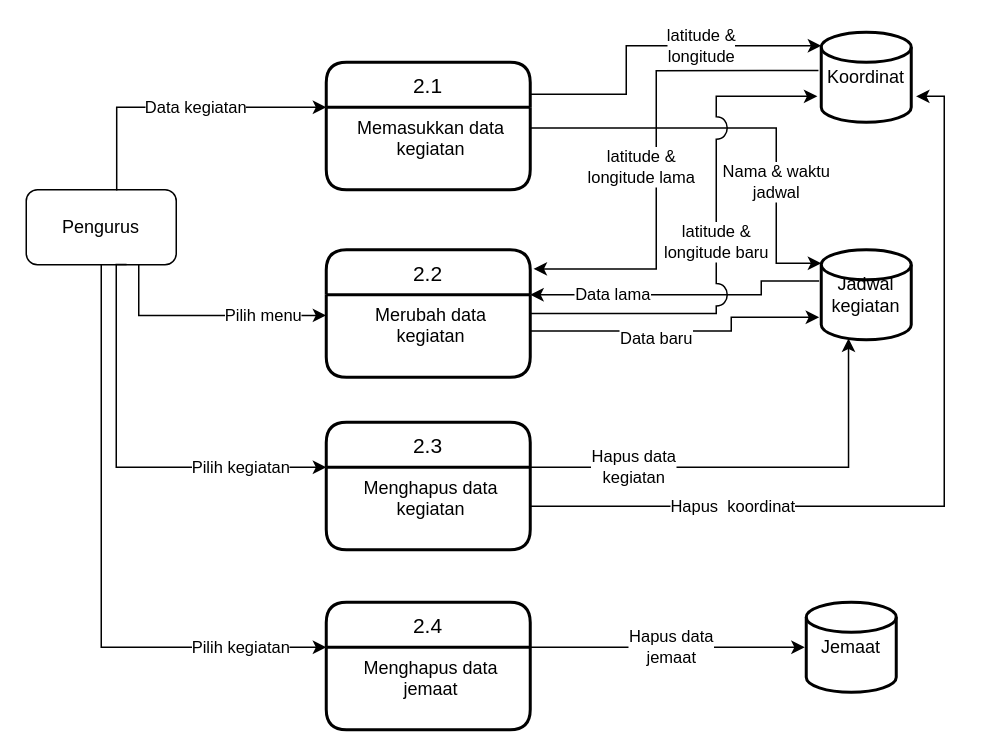
The draw.io diagram page "DFD lvl 2 pengurus" (5 of 11) of DFD.drawio in Raymond-15/requirements, before the edit. Source tidied: cells renumbered, new cells numbered last; positions are measured from the earlier drawing's top-left corner, leaving out a move shared by most shapes. Both pictures are drawn from the tidied source at 150%, with x=0, y=0 at pixel (26, 32).
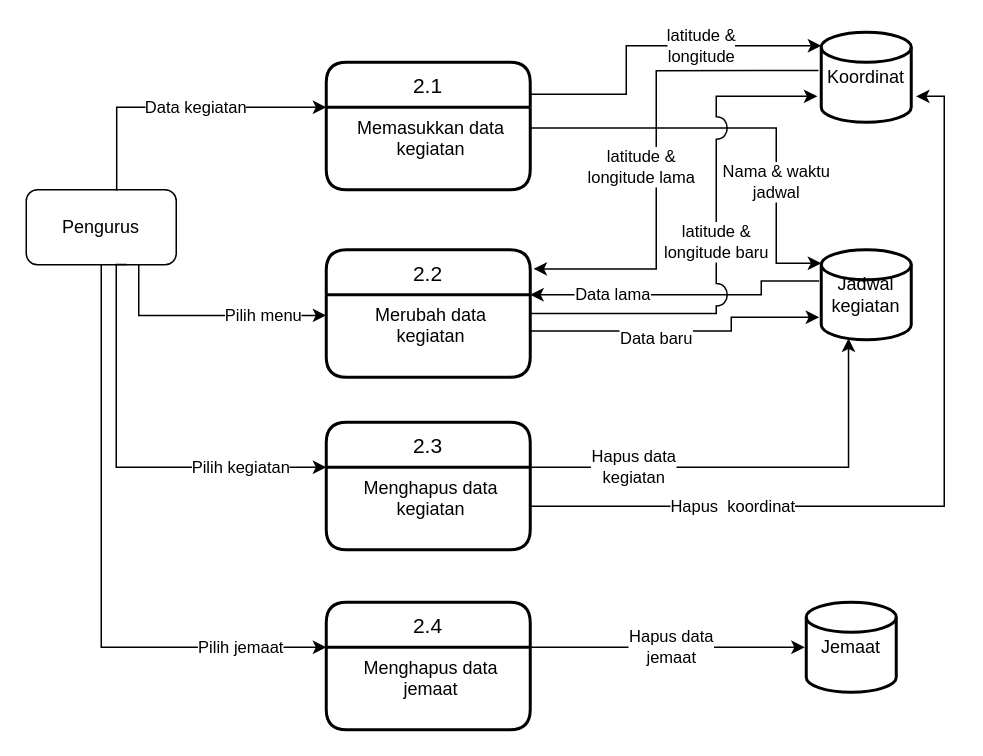
After the change.

The change refers to these unchanged cells:
```xml
<mxCell id="2" value="Pengurus" style="rounded=1;whiteSpace=wrap;html=1;" parent="1" vertex="1">
  <mxGeometry y="105" width="100" height="50" as="geometry" />
</mxCell>
<mxCell id="13" value="Menghapus data&#10;jemaat" style="align=center;strokeColor=none;fillColor=none;spacingLeft=4;fontSize=12;verticalAlign=top;" parent="12" vertex="1">
  <mxGeometry y="30" width="136" height="55" as="geometry" />
</mxCell>
```

Diff of the diagram source:
```diff
@@
-    <mxCell id="23" value="Pilih kegiatan" style="edgeStyle=orthogonalEdgeStyle;rounded=0;jettySize=auto;html=1;exitX=0.5;exitY=1;exitDx=0;exitDy=0;entryX=0;entryY=0;entryDx=0;entryDy=0;" parent="1" edge="1" source="2" target="13">
+    <mxCell id="23" value="Pilih jemaat" style="edgeStyle=orthogonalEdgeStyle;rounded=0;jettySize=auto;html=1;exitX=0.5;exitY=1;exitDx=0;exitDy=0;entryX=0;entryY=0;entryDx=0;entryDy=0;" parent="1" edge="1" source="2" target="13">
       <mxGeometry x="0.72" relative="1" as="geometry">
         <Array as="points">
           <mxPoint x="50" y="410" />
         </Array>
       </mxGeometry>
     </mxCell>
```
